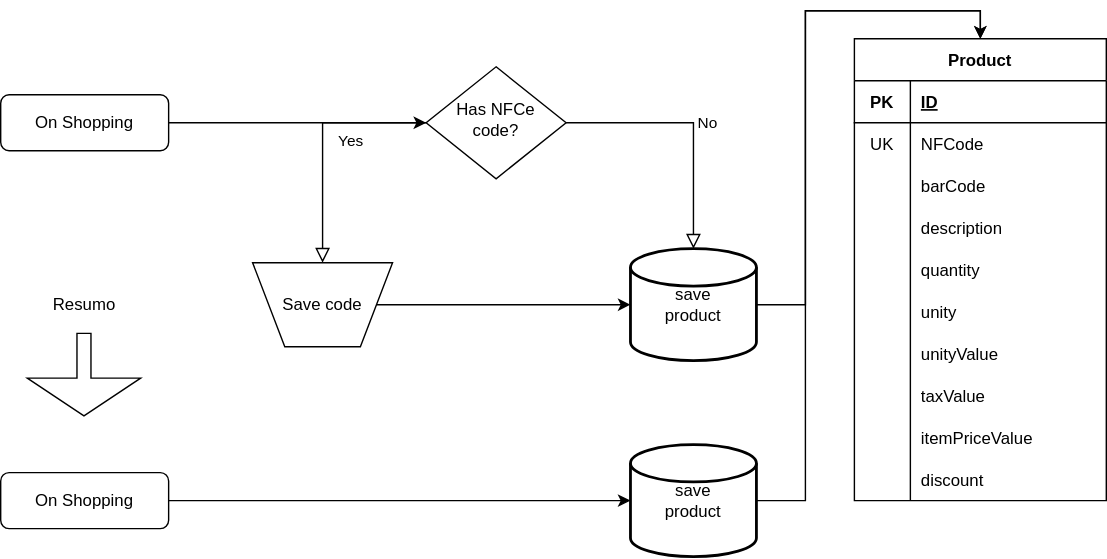
Above: dispensaMVP.drawio.svg in gabrielcruzg3/dispensa (draw.io), before the change. Source tidied: cells renumbered, new cells last; positions are measured from the earlier drawing's top-left corner, leaving out a move shared by most shapes.
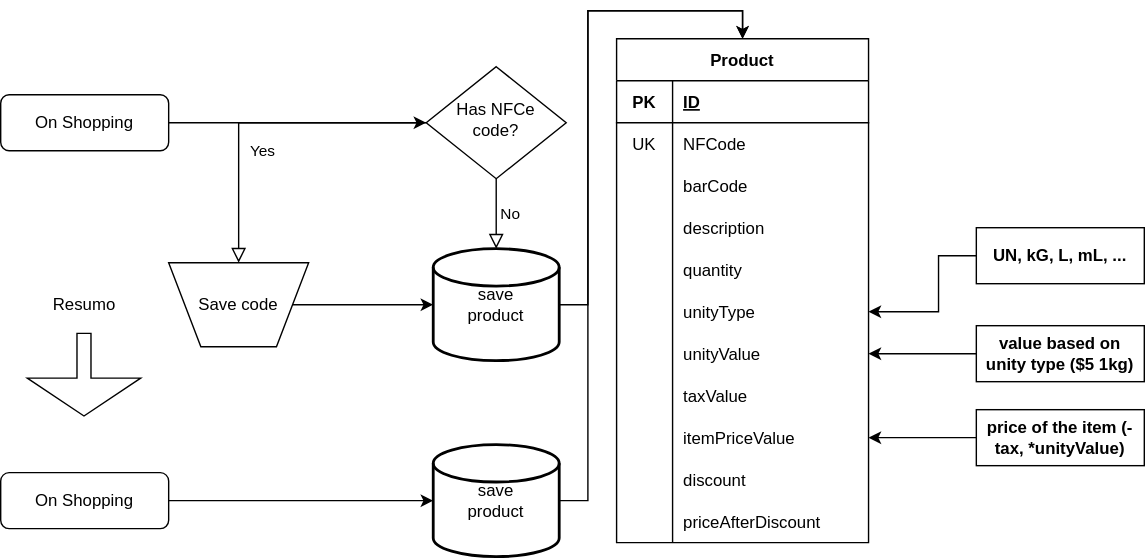
The same diagram one commit later.

Commit message:
detailed fieds

What changed in the source:
```diff
@@ -21,16 +21,16 @@
       <mxGeometry relative="1" as="geometry" />
     </mxCell>
     <mxCell id="8" value="Save code&lt;br&gt;" style="verticalLabelPosition=middle;verticalAlign=middle;html=1;shape=trapezoid;perimeter=trapezoidPerimeter;whiteSpace=wrap;size=0.23;arcSize=10;flipV=1;labelPosition=center;align=center;" parent="1" vertex="1">
-      <mxGeometry x="180" y="160" width="100" height="60" as="geometry" />
+      <mxGeometry x="120" y="160" width="100" height="60" as="geometry" />
     </mxCell>
     <mxCell id="9" style="edgeStyle=orthogonalEdgeStyle;rounded=0;jettySize=auto;html=1;entryX=0.5;entryY=0;entryDx=0;entryDy=0;" parent="1" edge="1" source="10" target="11">
       <mxGeometry relative="1" as="geometry" />
     </mxCell>
     <mxCell id="10" value="save&lt;br&gt;product" style="strokeWidth=2;html=1;shape=mxgraph.flowchart.database;whiteSpace=wrap;" parent="1" vertex="1">
-      <mxGeometry x="450" y="150" width="90" height="80" as="geometry" />
+      <mxGeometry x="309" y="150" width="90" height="80" as="geometry" />
     </mxCell>
     <mxCell id="11" value="Product" style="shape=table;startSize=30;rowLines=0;fontStyle=1;align=center;" parent="1" vertex="1">
-      <mxGeometry x="610" width="180" height="330" as="geometry" />
+      <mxGeometry x="440" width="180" height="360" as="geometry" />
     </mxCell>
     <mxCell id="12" style="shape=tableRow;horizontal=0;startSize=0;swimlaneHead=0;swimlaneBody=0;fillColor=none;top=0;left=0;right=0;bottom=1;" parent="11" vertex="1">
       <mxGeometry y="30" width="180" height="30" as="geometry" />
@@ -83,7 +83,7 @@
     <mxCell id="28" style="shape=partialRectangle;fillColor=none;top=0;left=0;bottom=0;right=0;overflow=hidden;" parent="27" vertex="1">
       <mxGeometry width="40" height="30" as="geometry" />
     </mxCell>
-    <mxCell id="29" value="unity" style="shape=partialRectangle;fillColor=none;top=0;left=0;bottom=0;right=0;align=left;spacingLeft=6;overflow=hidden;" parent="27" vertex="1">
+    <mxCell id="29" value="unityType" style="shape=partialRectangle;fillColor=none;top=0;left=0;bottom=0;right=0;align=left;spacingLeft=6;overflow=hidden;" parent="27" vertex="1">
       <mxGeometry x="40" width="140" height="30" as="geometry" />
     </mxCell>
     <mxCell id="30" style="shape=tableRow;horizontal=0;startSize=0;swimlaneHead=0;swimlaneBody=0;fillColor=none;points=[[0,0.5],[1,0.5]];portConstraint=eastwest;top=0;left=0;right=0;bottom=0;" parent="11" vertex="1">
@@ -122,6 +122,15 @@
     <mxCell id="41" value="discount" style="shape=partialRectangle;fillColor=none;top=0;left=0;bottom=0;right=0;align=left;spacingLeft=6;overflow=hidden;" parent="39" vertex="1">
       <mxGeometry x="40" width="140" height="30" as="geometry" />
     </mxCell>
+    <mxCell id="48" style="shape=tableRow;horizontal=0;startSize=0;swimlaneHead=0;swimlaneBody=0;fillColor=none;top=0;left=0;right=0;bottom=0;" parent="11" vertex="1">
+      <mxGeometry y="330" width="180" height="30" as="geometry" />
+    </mxCell>
+    <mxCell id="49" style="shape=partialRectangle;fillColor=none;top=0;left=0;bottom=0;right=0;overflow=hidden;" parent="48" vertex="1">
+      <mxGeometry width="40" height="30" as="geometry" />
+    </mxCell>
+    <mxCell id="50" value="priceAfterDiscount" style="shape=partialRectangle;fillColor=none;top=0;left=0;bottom=0;right=0;align=left;spacingLeft=6;overflow=hidden;" parent="48" vertex="1">
+      <mxGeometry x="40" width="140" height="30" as="geometry" />
+    </mxCell>
     <mxCell id="42" style="shape=flexArrow;endArrow=classic;html=1;rounded=0;endWidth=70;endSize=8.67;" parent="1" edge="1">
       <mxGeometry relative="1" as="geometry">
         <mxPoint x="59.5" y="210" as="sourcePoint" />
@@ -141,7 +150,40 @@
       <mxGeometry relative="1" as="geometry" />
     </mxCell>
     <mxCell id="47" value="save&lt;br&gt;product" style="strokeWidth=2;html=1;shape=mxgraph.flowchart.database;whiteSpace=wrap;" parent="1" vertex="1">
-      <mxGeometry x="450" y="290" width="90" height="80" as="geometry" />
+      <mxGeometry x="309" y="290" width="90" height="80" as="geometry" />
     </mxCell>
+    <mxCell id="51" style="edgeStyle=orthogonalEdgeStyle;rounded=0;jettySize=auto;html=1;entryX=1;entryY=0.5;entryDx=0;entryDy=0;" parent="1" edge="1" source="52" target="27">
+      <mxGeometry relative="1" as="geometry">
+        <Array as="points">
+          <mxPoint x="670" y="155" />
+          <mxPoint x="670" y="195" />
+        </Array>
+      </mxGeometry>
+    </mxCell>
+    <mxCell id="52" value="UN, kG, L, mL, ..." style="whiteSpace=wrap;html=1;startSize=30;fontStyle=1;" parent="1" vertex="1">
+      <mxGeometry x="697" y="135" width="120" height="40" as="geometry" />
+    </mxCell>
+    <mxCell id="53" style="edgeStyle=orthogonalEdgeStyle;rounded=0;jettySize=auto;html=1;entryX=1;entryY=0.5;entryDx=0;entryDy=0;" parent="1" edge="1" source="54" target="36">
+      <mxGeometry relative="1" as="geometry">
+        <Array as="points">
+          <mxPoint x="680" y="285" />
+          <mxPoint x="680" y="285" />
+        </Array>
+      </mxGeometry>
+    </mxCell>
+    <mxCell id="54" value="price of the item (-tax, *unityValue)" style="whiteSpace=wrap;html=1;startSize=30;fontStyle=1;" parent="1" vertex="1">
+      <mxGeometry x="697" y="265" width="120" height="40" as="geometry" />
+    </mxCell>
+    <mxCell id="55" style="edgeStyle=orthogonalEdgeStyle;rounded=0;jettySize=auto;html=1;entryX=1;entryY=0.5;entryDx=0;entryDy=0;" parent="1" edge="1" source="56" target="30">
+      <mxGeometry relative="1" as="geometry">
+        <Array as="points">
+          <mxPoint x="710" y="225" />
+          <mxPoint x="710" y="225" />
+        </Array>
+      </mxGeometry>
+    </mxCell>
+    <mxCell id="56" value="value based on unity type ($5 1kg)" style="whiteSpace=wrap;html=1;startSize=30;fontStyle=1;" parent="1" vertex="1">
+      <mxGeometry x="697" y="205" width="120" height="40" as="geometry" />
+    </mxCell>
   </root>
 </mxGraphModel>
```
